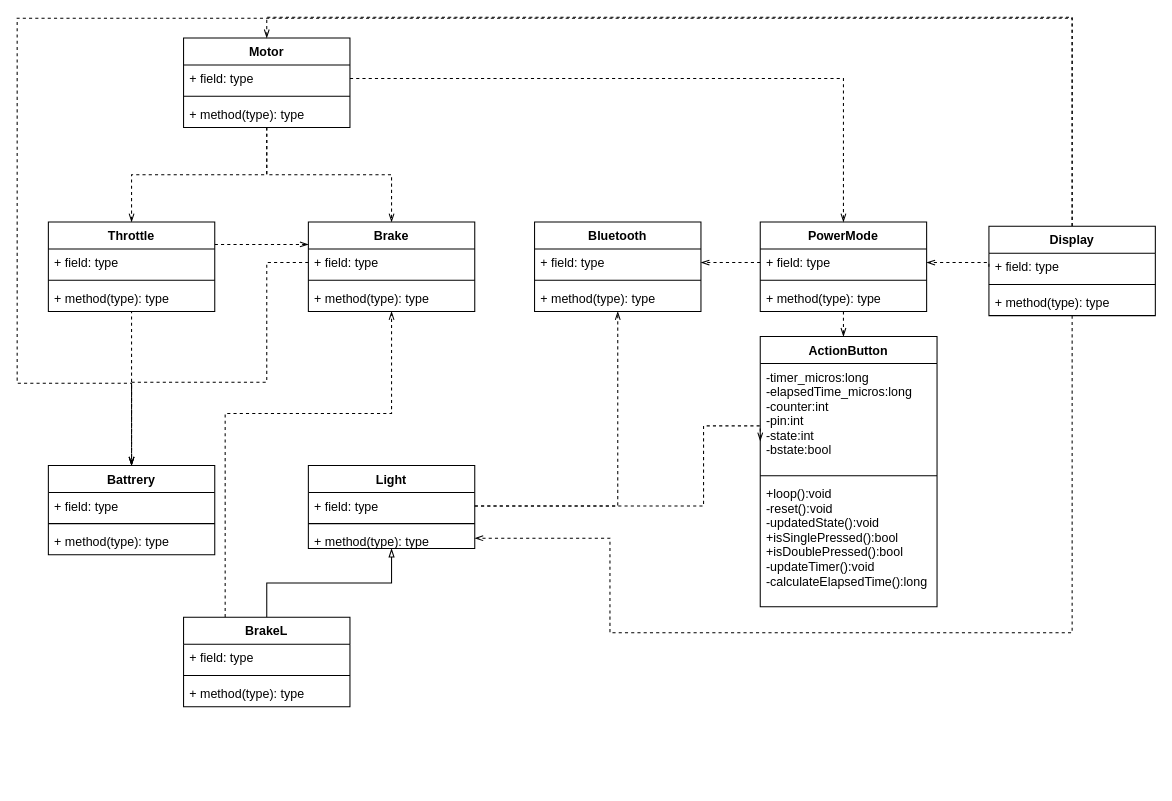
This is doc/class diagram.drawio from LucasCoraca/M365-Unlocked, a draw.io file, before an edit. Source tidied: cells renumbered, new cells numbered last; positions are measured from the earlier drawing's top-left corner, leaving out a move shared by most shapes. Both pictures are drawn from the tidied source at 104%, with x=0, y=0 at pixel (17, 18).
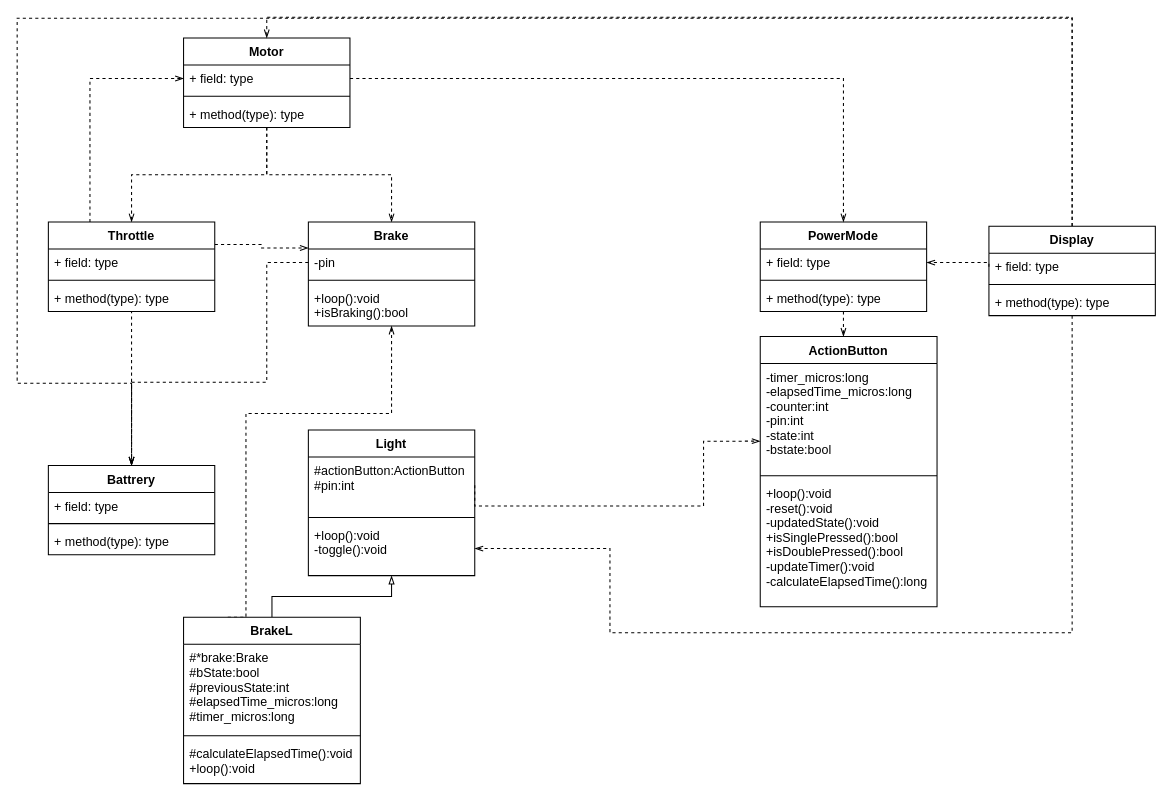
The same diagram, later.

The change refers to these unchanged cells:
```xml
<mxCell id="5" value="+ field: type" style="text;strokeColor=none;fillColor=none;align=left;verticalAlign=top;spacingLeft=4;spacingRight=4;overflow=hidden;points=[[0,0.5],[1,0.5]];portConstraint=eastwest;" parent="4" vertex="1">
  <mxGeometry y="26" width="160" height="26" as="geometry" />
</mxCell>
<mxCell id="13" value="Throttle" style="swimlane;fontStyle=1;align=center;verticalAlign=top;horizontal=1;startSize=26;" parent="1" vertex="1">
  <mxGeometry x="30" y="196" width="160" height="86" as="geometry" />
</mxCell>
<mxCell id="34" value="Display" style="swimlane;fontStyle=1;align=center;verticalAlign=top;horizontal=1;startSize=26;" parent="1" vertex="1">
  <mxGeometry x="934.4" y="200" width="160" height="86" as="geometry" />
</mxCell>
<mxCell id="45" value="-timer_micros:long&#10;-elapsedTime_micros:long&#10;-counter:int&#10;-pin:int&#10;-state:int&#10;-bstate:bool" style="text;strokeColor=none;fillColor=none;align=left;verticalAlign=top;spacingLeft=4;spacingRight=4;overflow=hidden;points=[[0,0.5],[1,0.5]];portConstraint=eastwest;" parent="44" vertex="1">
  <mxGeometry y="26" width="170" height="104" as="geometry" />
</mxCell>
<mxCell id="49" value="PowerMode" style="swimlane;fontStyle=1;align=center;verticalAlign=top;horizontal=1;startSize=26;" parent="1" vertex="1">
  <mxGeometry x="714.5" y="196" width="160" height="86" as="geometry" />
</mxCell>
<mxCell id="50" value="+ field: type" style="text;strokeColor=none;fillColor=none;align=left;verticalAlign=top;spacingLeft=4;spacingRight=4;overflow=hidden;points=[[0,0.5],[1,0.5]];portConstraint=eastwest;" parent="49" vertex="1">
  <mxGeometry y="26" width="160" height="26" as="geometry" />
</mxCell>
```

The edit, as a diff of the source:
```diff
@@
     <mxCell id="8" value="Brake" style="swimlane;fontStyle=1;align=center;verticalAlign=top;horizontal=1;startSize=26;" parent="1" vertex="1">
-      <mxGeometry x="280" y="196" width="160" height="86" as="geometry" />
+      <mxGeometry x="280" y="196" width="160" height="100" as="geometry" />
     </mxCell>
-    <mxCell id="9" value="+ field: type" style="text;strokeColor=none;fillColor=none;align=left;verticalAlign=top;spacingLeft=4;spacingRight=4;overflow=hidden;points=[[0,0.5],[1,0.5]];portConstraint=eastwest;" parent="8" vertex="1">
+    <mxCell id="9" value="-pin" style="text;strokeColor=none;fillColor=none;align=left;verticalAlign=top;spacingLeft=4;spacingRight=4;overflow=hidden;points=[[0,0.5],[1,0.5]];portConstraint=eastwest;" parent="8" vertex="1">
       <mxGeometry y="26" width="160" height="26" as="geometry" />
     </mxCell>
@@
-    <mxCell id="11" value="+ method(type): type" style="text;strokeColor=none;fillColor=none;align=left;verticalAlign=top;spacingLeft=4;spacingRight=4;overflow=hidden;" parent="8" vertex="1">
-      <mxGeometry y="60" width="160" height="26" as="geometry" />
+    <mxCell id="11" value="+loop():void&#10;+isBraking():bool&#10;" style="text;strokeColor=none;fillColor=none;align=left;verticalAlign=top;spacingLeft=4;spacingRight=4;overflow=hidden;" parent="8" vertex="1">
+      <mxGeometry y="60" width="160" height="40" as="geometry" />
     </mxCell>
@@
+    <mxCell id="58" style="edgeStyle=orthogonalEdgeStyle;rounded=0;jettySize=auto;html=1;exitX=0.25;exitY=0;exitDx=0;exitDy=0;entryX=0;entryY=0.5;entryDx=0;entryDy=0;dashed=1;endArrow=openThin;endFill=0;" parent="1" edge="1" source="13" target="5">
+      <mxGeometry relative="1" as="geometry" />
+    </mxCell>
@@
-    <mxCell id="17" value="Bluetooth" style="swimlane;fontStyle=1;align=center;verticalAlign=top;horizontal=1;startSize=26;" parent="1" vertex="1">
-      <mxGeometry x="497.5" y="196" width="160" height="86" as="geometry" />
-    </mxCell>
-    <mxCell id="18" value="+ field: type" style="text;strokeColor=none;fillColor=none;align=left;verticalAlign=top;spacingLeft=4;spacingRight=4;overflow=hidden;points=[[0,0.5],[1,0.5]];portConstraint=eastwest;" parent="17" vertex="1">
-      <mxGeometry y="26" width="160" height="26" as="geometry" />
-    </mxCell>
-    <mxCell id="19" style="line;strokeWidth=1;fillColor=none;align=left;verticalAlign=middle;spacingTop=-1;spacingLeft=3;spacingRight=3;labelPosition=right;" parent="17" vertex="1">
-      <mxGeometry y="52" width="160" height="8" as="geometry" />
-    </mxCell>
-    <mxCell id="20" value="+ method(type): type" style="text;strokeColor=none;fillColor=none;align=left;verticalAlign=top;spacingLeft=4;spacingRight=4;overflow=hidden;" parent="17" vertex="1">
-      <mxGeometry y="60" width="160" height="26" as="geometry" />
-    </mxCell>
     <mxCell id="21" value="Light" style="swimlane;fontStyle=1;align=center;verticalAlign=top;horizontal=1;startSize=26;" parent="1" vertex="1">
-      <mxGeometry x="280" y="430" width="160" height="80" as="geometry" />
+      <mxGeometry x="280" y="396" width="160" height="140" as="geometry" />
     </mxCell>
-    <mxCell id="22" value="+ field: type" style="text;strokeColor=none;fillColor=none;align=left;verticalAlign=top;spacingLeft=4;spacingRight=4;overflow=hidden;points=[[0,0.5],[1,0.5]];portConstraint=eastwest;" parent="21" vertex="1">
-      <mxGeometry y="26" width="160" height="26" as="geometry" />
+    <mxCell id="22" value="#actionButton:ActionButton&#10;#pin:int&#10;" style="text;strokeColor=none;fillColor=none;align=left;verticalAlign=top;spacingLeft=4;spacingRight=4;overflow=hidden;points=[[0,0.5],[1,0.5]];portConstraint=eastwest;" parent="21" vertex="1">
+      <mxGeometry y="26" width="160" height="54" as="geometry" />
     </mxCell>
     <mxCell id="23" style="line;strokeWidth=1;fillColor=none;align=left;verticalAlign=middle;spacingTop=-1;spacingLeft=3;spacingRight=3;labelPosition=right;" parent="21" vertex="1">
-      <mxGeometry y="52" width="160" height="8" as="geometry" />
+      <mxGeometry y="80" width="160" height="8" as="geometry" />
     </mxCell>
-    <mxCell id="24" value="+ method(type): type" style="text;strokeColor=none;fillColor=none;align=left;verticalAlign=top;spacingLeft=4;spacingRight=4;overflow=hidden;points=[[0,0.5],[1,0.5]];portConstraint=eastwest;" parent="21" vertex="1">
-      <mxGeometry y="60" width="160" height="20" as="geometry" />
+    <mxCell id="24" value="+loop():void&#10;-toggle():void&#10;" style="text;strokeColor=none;fillColor=none;align=left;verticalAlign=top;spacingLeft=4;spacingRight=4;overflow=hidden;points=[[0,0.5],[1,0.5]];portConstraint=eastwest;" parent="21" vertex="1">
+      <mxGeometry y="88" width="160" height="52" as="geometry" />
     </mxCell>
@@
     <mxCell id="26" style="edgeStyle=orthogonalEdgeStyle;rounded=0;jettySize=auto;html=1;exitX=0.25;exitY=0;exitDx=0;exitDy=0;dashed=1;startArrow=none;startFill=0;endArrow=openThin;endFill=0;entryX=0.5;entryY=1;entryDx=0;entryDy=0;" parent="1" edge="1" source="27" target="8">
       <mxGeometry relative="1" as="geometry">
         <Array as="points">
-          <mxPoint x="200" y="380" />
+          <mxPoint x="220" y="576" />
+          <mxPoint x="220" y="380" />
           <mxPoint x="360" y="380" />
         </Array>
       </mxGeometry>
     </mxCell>
     <mxCell id="27" value="BrakeL" style="swimlane;fontStyle=1;align=center;verticalAlign=top;horizontal=1;startSize=26;" parent="1" vertex="1">
-      <mxGeometry x="160" y="576" width="160" height="86" as="geometry" />
+      <mxGeometry x="160" y="576" width="170" height="160" as="geometry" />
     </mxCell>
-    <mxCell id="28" value="+ field: type" style="text;strokeColor=none;fillColor=none;align=left;verticalAlign=top;spacingLeft=4;spacingRight=4;overflow=hidden;" parent="27" vertex="1">
-      <mxGeometry y="26" width="160" height="26" as="geometry" />
+    <mxCell id="28" value="#*brake:Brake&#10;#bState:bool&#10;#previousState:int&#10;#elapsedTime_micros:long&#10;#timer_micros:long&#10;" style="text;strokeColor=none;fillColor=none;align=left;verticalAlign=top;spacingLeft=4;spacingRight=4;overflow=hidden;" parent="27" vertex="1">
+      <mxGeometry y="26" width="170" height="84" as="geometry" />
     </mxCell>
     <mxCell id="29" style="line;strokeWidth=1;fillColor=none;align=left;verticalAlign=middle;spacingTop=-1;spacingLeft=3;spacingRight=3;labelPosition=right;" parent="27" vertex="1">
-      <mxGeometry y="52" width="160" height="8" as="geometry" />
+      <mxGeometry y="110" width="170" height="8" as="geometry" />
     </mxCell>
-    <mxCell id="30" value="+ method(type): type" style="text;strokeColor=none;fillColor=none;align=left;verticalAlign=top;spacingLeft=4;spacingRight=4;overflow=hidden;" parent="27" vertex="1">
-      <mxGeometry y="60" width="160" height="26" as="geometry" />
+    <mxCell id="30" value="#calculateElapsedTime():void&#10;+loop():void&#10;" style="text;strokeColor=none;fillColor=none;align=left;verticalAlign=top;spacingLeft=4;spacingRight=4;overflow=hidden;" parent="27" vertex="1">
+      <mxGeometry y="118" width="170" height="42" as="geometry" />
     </mxCell>
@@
     <mxCell id="32" style="edgeStyle=orthogonalEdgeStyle;rounded=0;jettySize=auto;html=1;exitX=0.5;exitY=1;exitDx=0;exitDy=0;entryX=1;entryY=0.5;entryDx=0;entryDy=0;dashed=1;startArrow=none;startFill=0;endArrow=openThin;endFill=0;" parent="1" edge="1" source="34" target="24">
       <mxGeometry relative="1" as="geometry">
         <Array as="points">
           <mxPoint x="1014" y="591" />
           <mxPoint x="570" y="591" />
-          <mxPoint x="570" y="500" />
+          <mxPoint x="570" y="510" />
         </Array>
       </mxGeometry>
     </mxCell>
@@
     <mxCell id="53" style="edgeStyle=orthogonalEdgeStyle;rounded=0;jettySize=auto;html=1;exitX=1;exitY=0.5;exitDx=0;exitDy=0;entryX=0;entryY=0.718;entryDx=0;entryDy=0;entryPerimeter=0;dashed=1;startArrow=none;startFill=0;endArrow=openThin;endFill=0;" parent="1" edge="1" source="22" target="45">
       <mxGeometry relative="1" as="geometry">
         <Array as="points">
+          <mxPoint x="440" y="469" />
           <mxPoint x="660" y="469" />
-          <mxPoint x="660" y="392" />
+          <mxPoint x="660" y="407" />
         </Array>
       </mxGeometry>
     </mxCell>
     <mxCell id="54" style="edgeStyle=orthogonalEdgeStyle;rounded=0;jettySize=auto;html=1;exitX=1;exitY=0.5;exitDx=0;exitDy=0;entryX=0.5;entryY=0;entryDx=0;entryDy=0;dashed=1;startArrow=none;startFill=0;endArrow=openThin;endFill=0;" parent="1" edge="1" source="5" target="49">
       <mxGeometry relative="1" as="geometry">
         <Array as="points">
-          <mxPoint x="794" y="58" />
+          <mxPoint x="795" y="58" />
         </Array>
       </mxGeometry>
     </mxCell>
@@
-    <mxCell id="56" style="edgeStyle=orthogonalEdgeStyle;rounded=0;jettySize=auto;html=1;exitX=0;exitY=0.5;exitDx=0;exitDy=0;dashed=1;startArrow=none;startFill=0;endArrow=openThin;endFill=0;" parent="1" edge="1" source="50" target="18">
-      <mxGeometry relative="1" as="geometry" />
-    </mxCell>
-    <mxCell id="57" style="edgeStyle=orthogonalEdgeStyle;rounded=0;jettySize=auto;html=1;exitX=1;exitY=0.5;exitDx=0;exitDy=0;dashed=1;startArrow=none;startFill=0;endArrow=openThin;endFill=0;entryX=0.5;entryY=1;entryDx=0;entryDy=0;" parent="1" edge="1" source="22" target="17">
-      <mxGeometry relative="1" as="geometry" />
-    </mxCell>
```
